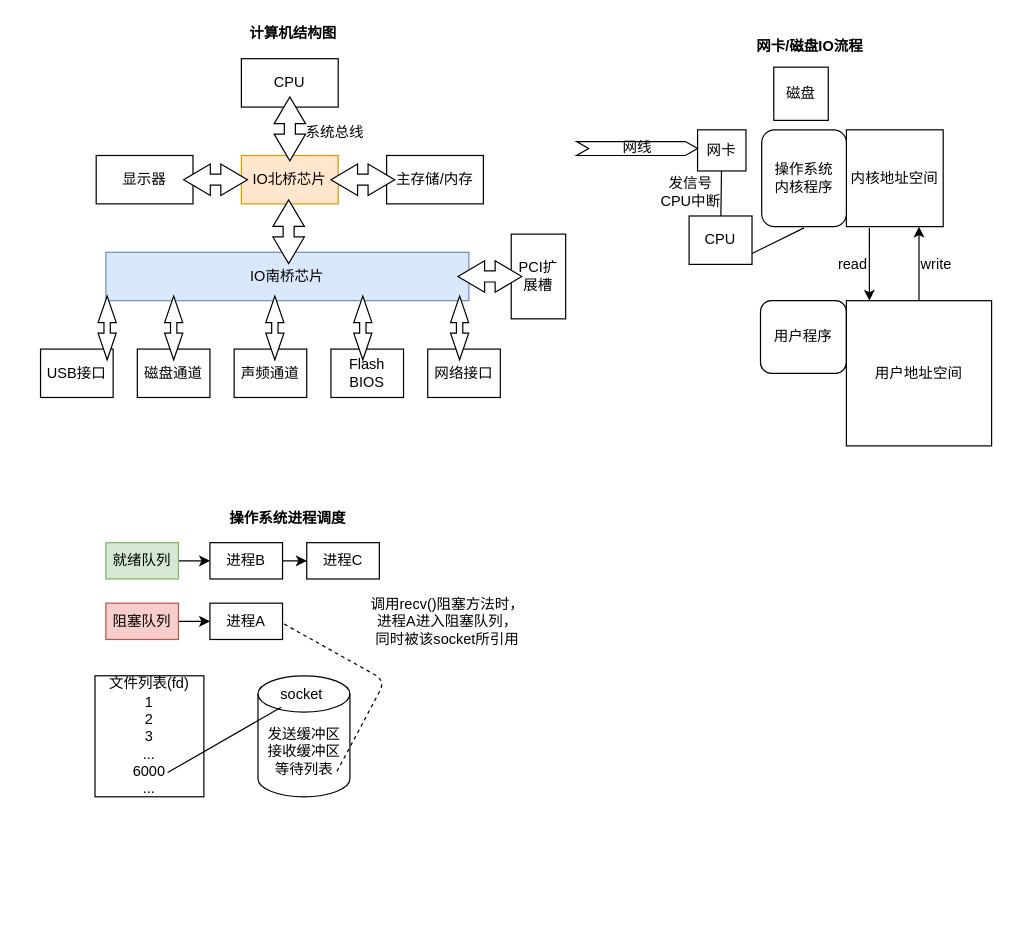
Before: epoll.drawio in xuelei20/drawio, a draw.io diagram. Source tidied: cells renumbered, new cells numbered last; positions are measured from the earlier drawing's top-left corner, leaving out a move shared by most shapes. Both pictures are drawn from the tidied source at 121%, with x=0, y=0 at pixel (40, 21).
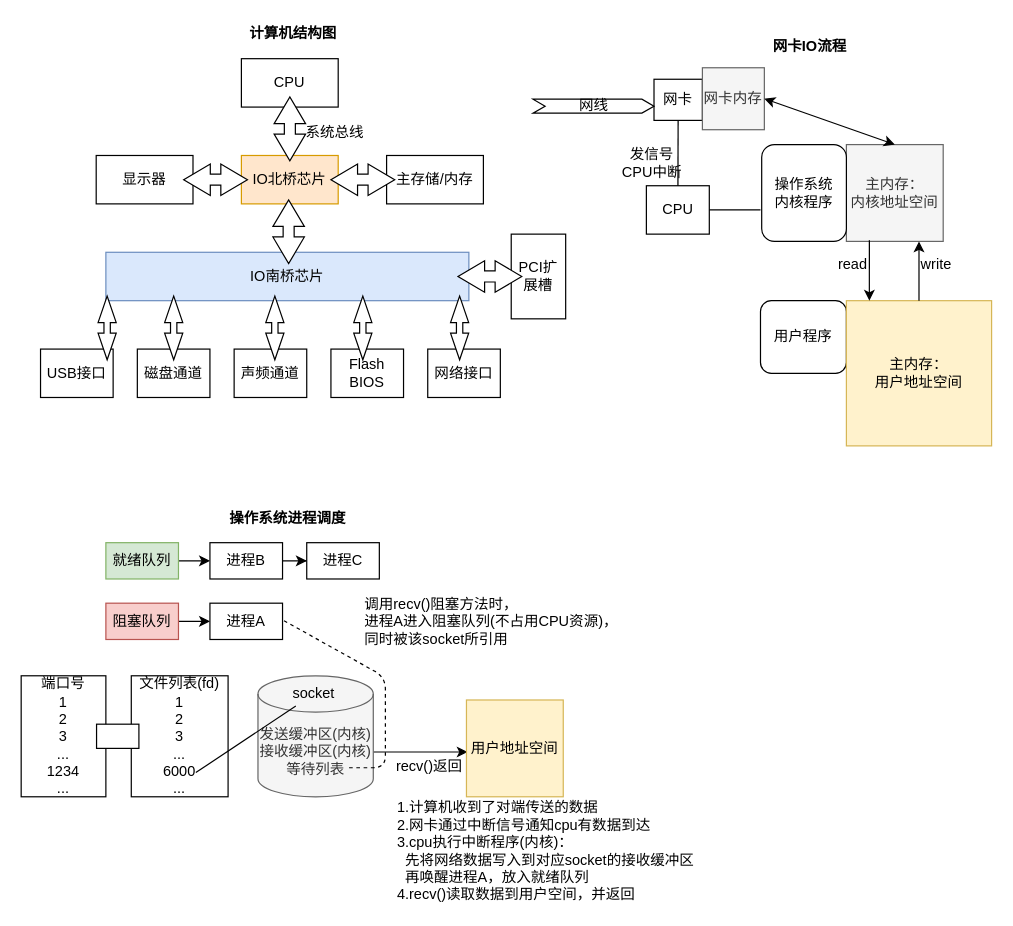
The same diagram, later.

Diff of the diagram source:
```diff
@@
-    <mxCell id="25" value="网卡/磁盘IO流程" style="text;html=1;strokeColor=none;fillColor=none;align=center;verticalAlign=middle;whiteSpace=wrap;rounded=0;fontStyle=1;" parent="1" vertex="1">
+    <mxCell id="25" value="网卡IO流程" style="text;html=1;strokeColor=none;fillColor=none;align=center;verticalAlign=middle;whiteSpace=wrap;rounded=0;fontStyle=1;" parent="1" vertex="1">
       <mxGeometry x="581" y="11" width="110" height="20" as="geometry" />
     </mxCell>
     <mxCell id="26" value="网卡" style="rounded=0;whiteSpace=wrap;html=1;" parent="1" vertex="1">
-      <mxGeometry x="543" y="89.8" width="40" height="34" as="geometry" />
+      <mxGeometry x="507" y="48" width="40" height="34" as="geometry" />
     </mxCell>
     <mxCell id="27" value="网线" style="html=1;shadow=0;dashed=0;align=center;verticalAlign=middle;shape=mxgraph.arrows2.arrow;dy=0;dx=10;notch=10;" parent="1" vertex="1">
-      <mxGeometry x="443" y="99.5" width="100" height="11.5" as="geometry" />
+      <mxGeometry x="407" y="64.5" width="100" height="11.5" as="geometry" />
     </mxCell>
-    <mxCell id="28" value="内核地址空间" style="whiteSpace=wrap;html=1;" parent="1" vertex="1">
-      <mxGeometry x="666" y="89.8" width="80" height="80" as="geometry" />
+    <mxCell id="28" value="主内存：&lt;br&gt;内核地址空间" style="whiteSpace=wrap;html=1;fillColor=#f5f5f5;strokeColor=#666666;fontColor=#333333;" parent="1" vertex="1">
+      <mxGeometry x="666" y="102" width="80" height="80" as="geometry" />
     </mxCell>
     <mxCell id="29" value="操作系统&lt;br&gt;内核程序" style="rounded=1;whiteSpace=wrap;html=1;" parent="1" vertex="1">
-      <mxGeometry x="596" y="89.8" width="70" height="80" as="geometry" />
+      <mxGeometry x="596" y="102" width="70" height="80" as="geometry" />
     </mxCell>
-    <mxCell id="30" value="磁盘" style="rounded=0;whiteSpace=wrap;html=1;" parent="1" vertex="1">
-      <mxGeometry x="606" y="38" width="45" height="44" as="geometry" />
-    </mxCell>
@@
-    <mxCell id="32" value="用户地址空间" style="whiteSpace=wrap;html=1;" parent="1" vertex="1">
+    <mxCell id="32" value="主内存：&lt;br&gt;用户地址空间" style="whiteSpace=wrap;html=1;fillColor=#fff2cc;strokeColor=#d6b656;" parent="1" vertex="1">
       <mxGeometry x="666" y="231" width="120" height="120" as="geometry" />
     </mxCell>
     <mxCell id="33" style="endArrow=classic;html=1;entryX=0.158;entryY=0;entryDx=0;entryDy=0;entryPerimeter=0;" parent="1" edge="1" target="32">
       <mxGeometry relative="1" as="geometry">
-        <mxPoint x="685" y="171" as="sourcePoint" />
+        <mxPoint x="685" y="181" as="sourcePoint" />
       </mxGeometry>
     </mxCell>
@@
     <mxCell id="37" value="CPU" style="rounded=0;whiteSpace=wrap;html=1;" parent="1" vertex="1">
-      <mxGeometry x="536" y="161" width="52" height="40" as="geometry" />
+      <mxGeometry x="500.7" y="136" width="52" height="40" as="geometry" />
     </mxCell>
@@
     <mxCell id="39" value="发信号&lt;br&gt;CPU中断" style="text;html=1;align=center;verticalAlign=middle;" parent="1" vertex="1">
-      <mxGeometry x="507" y="125.7" width="60" height="30" as="geometry" />
+      <mxGeometry x="475" y="102" width="60" height="30" as="geometry" />
     </mxCell>
-    <mxCell id="40" style="endArrow=none;html=1;entryX=0.5;entryY=1;entryDx=0;entryDy=0;exitX=1;exitY=0.75;exitDx=0;exitDy=0;" parent="1" edge="1">
+    <mxCell id="40" style="endArrow=none;html=1;exitX=1;exitY=0.5;exitDx=0;exitDy=0;" parent="1" edge="1" source="37">
       <mxGeometry relative="1" as="geometry">
-        <mxPoint x="588" y="192" as="sourcePoint" />
-        <mxPoint x="631" y="170.8" as="targetPoint" />
+        <mxPoint x="595" y="156" as="targetPoint" />
       </mxGeometry>
     </mxCell>
@@
     <mxCell id="50" value="文件列表(fd)&lt;br&gt;1&lt;br&gt;2&lt;br&gt;3&lt;br&gt;...&lt;br&gt;6000&lt;br&gt;..." style="whiteSpace=wrap;html=1;" parent="1" vertex="1">
-      <mxGeometry x="45" y="541" width="90" height="100" as="geometry" />
+      <mxGeometry x="75" y="541" width="80" height="100" as="geometry" />
     </mxCell>
+    <mxCell id="56" style="edgeStyle=orthogonalEdgeStyle;rounded=0;orthogonalLoop=1;jettySize=auto;html=1;" parent="1" edge="1">
+      <mxGeometry relative="1" as="geometry">
+        <mxPoint x="275" y="604" as="sourcePoint" />
+        <mxPoint x="353" y="604" as="targetPoint" />
+      </mxGeometry>
+    </mxCell>
-    <mxCell id="51" value="发送缓冲区&lt;br&gt;接收缓冲区&lt;br&gt;等待列表" style="shape=cylinder3;whiteSpace=wrap;html=1;boundedLbl=1;backgroundOutline=1;size=15;align=center;" parent="1" vertex="1">
-      <mxGeometry x="179.7" y="541" width="76" height="100" as="geometry" />
+    <mxCell id="51" value="发送缓冲区(内核)&lt;br&gt;接收缓冲区(内核)&lt;br&gt;等待列表" style="shape=cylinder3;whiteSpace=wrap;html=1;boundedLbl=1;backgroundOutline=1;size=15;align=center;fillColor=#f5f5f5;strokeColor=#666666;fontColor=#333333;" parent="1" vertex="1">
+      <mxGeometry x="179.7" y="541" width="95.3" height="100" as="geometry" />
     </mxCell>
     <mxCell id="52" style="endArrow=none;dashed=1;html=1;entryX=1;entryY=0.75;entryDx=0;entryDy=0;" parent="1" edge="1">
       <mxGeometry relative="1" as="geometry">
-        <mxPoint x="245" y="620" as="sourcePoint" />
-        <mxPoint x="200" y="497.5" as="targetPoint" />
+        <mxPoint x="255" y="617" as="sourcePoint" />
+        <mxPoint x="200" y="494.8" as="targetPoint" />
         <Array as="points">
-          <mxPoint x="285" y="545" />
+          <mxPoint x="285" y="617" />
+          <mxPoint x="285" y="542.2" />
         </Array>
       </mxGeometry>
     </mxCell>
     <mxCell id="53" value="socket" style="text;html=1;strokeColor=none;fillColor=none;align=center;verticalAlign=middle;whiteSpace=wrap;rounded=0;" parent="1" vertex="1">
-      <mxGeometry x="196.3" y="547" width="40" height="20" as="geometry" />
+      <mxGeometry x="206" y="546" width="40" height="20" as="geometry" />
     </mxCell>
@@
-    <mxCell id="55" value="调用recv()阻塞方法时，&lt;br&gt;进程A进入阻塞队列，&lt;br&gt;同时被该socket所引用" style="text;html=1;align=center;verticalAlign=middle;" parent="1" vertex="1">
-      <mxGeometry x="266" y="471" width="140" height="50" as="geometry" />
+    <mxCell id="55" value="调用recv()阻塞方法时，&lt;br&gt;进程A进入阻塞队列(不占用CPU资源)，&lt;br&gt;同时被该socket所引用" style="text;html=1;align=left;verticalAlign=middle;" parent="1" vertex="1">
+      <mxGeometry x="266" y="471" width="220" height="50" as="geometry" />
     </mxCell>
+    <mxCell id="57" value="1.计算机收到了对端传送的数据&lt;br&gt;2.网卡通过中断信号通知cpu有数据到达&lt;br&gt;3.cpu执行中断程序(内核)：&lt;br&gt;&amp;nbsp; 先将网络数据写入到对应socket的接收缓冲区&lt;br&gt;&amp;nbsp; 再唤醒进程A，放入就绪队列&lt;br&gt;4.recv()读取数据到用户空间，并返回" style="text;html=1;align=left;verticalAlign=middle;" parent="1" vertex="1">
+      <mxGeometry x="292.7" y="641" width="260" height="90" as="geometry" />
+    </mxCell>
+    <mxCell id="58" value="用户地址空间" style="whiteSpace=wrap;html=1;fillColor=#fff2cc;strokeColor=#d6b656;" parent="1" vertex="1">
+      <mxGeometry x="352" y="561" width="80" height="80" as="geometry" />
+    </mxCell>
+    <mxCell id="59" value="recv()返回" style="text;html=1;align=center;verticalAlign=middle;" parent="1" vertex="1">
+      <mxGeometry x="286" y="606" width="70" height="20" as="geometry" />
+    </mxCell>
+    <mxCell id="60" value="网卡内存" style="whiteSpace=wrap;html=1;fillColor=#f5f5f5;strokeColor=#666666;fontColor=#333333;" parent="1" vertex="1">
+      <mxGeometry x="547" y="38.5" width="51.2" height="51.2" as="geometry" />
+    </mxCell>
+    <mxCell id="61" style="endArrow=classic;startArrow=classic;html=1;entryX=1;entryY=0.5;entryDx=0;entryDy=0;exitX=0.5;exitY=0;exitDx=0;exitDy=0;" parent="1" edge="1" source="28" target="60">
+      <mxGeometry relative="1" as="geometry" />
+    </mxCell>
+    <mxCell id="62" value="端口号&lt;br&gt;1&lt;br&gt;2&lt;br&gt;3&lt;br&gt;...&lt;br&gt;1234&lt;br&gt;..." style="whiteSpace=wrap;html=1;" parent="1" vertex="1">
+      <mxGeometry x="-16" y="541" width="70" height="100" as="geometry" />
+    </mxCell>
+    <mxCell id="63" style="rounded=0;whiteSpace=wrap;html=1;align=left;" parent="1" vertex="1">
+      <mxGeometry x="46.3" y="581" width="35" height="20" as="geometry" />
+    </mxCell>
```
